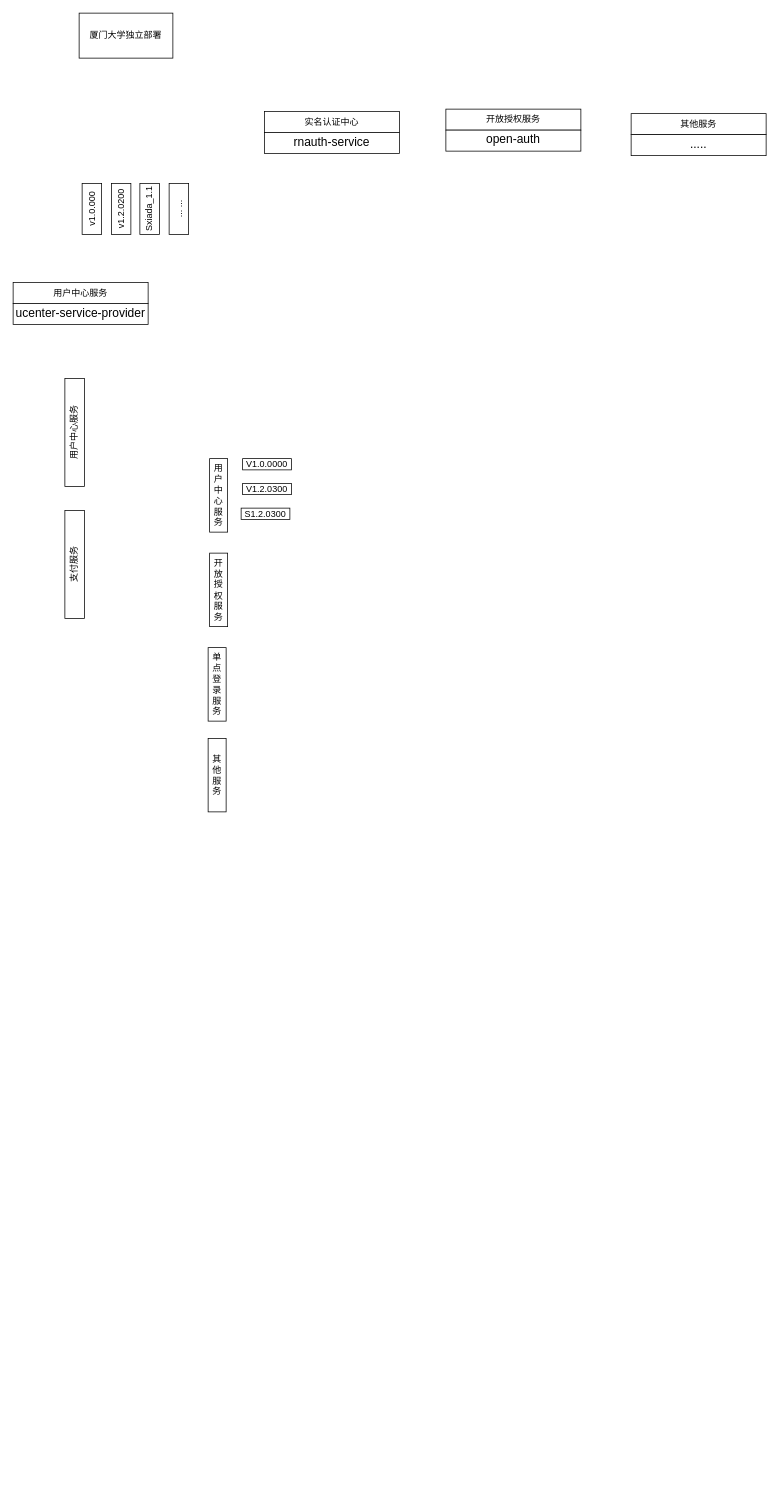
ifelsewang/draw keeps this draw.io diagram as page "第 2 页" (2 of 2) of v8+融合收入.drawio. Above is the earlier version. Source tidied: cells renumbered, new cells numbered last; positions are measured from the earlier drawing's top-left corner, leaving out a move shared by most shapes. Both pictures are drawn from the tidied source at 75%, with x=0, y=0 at pixel (13, 13).
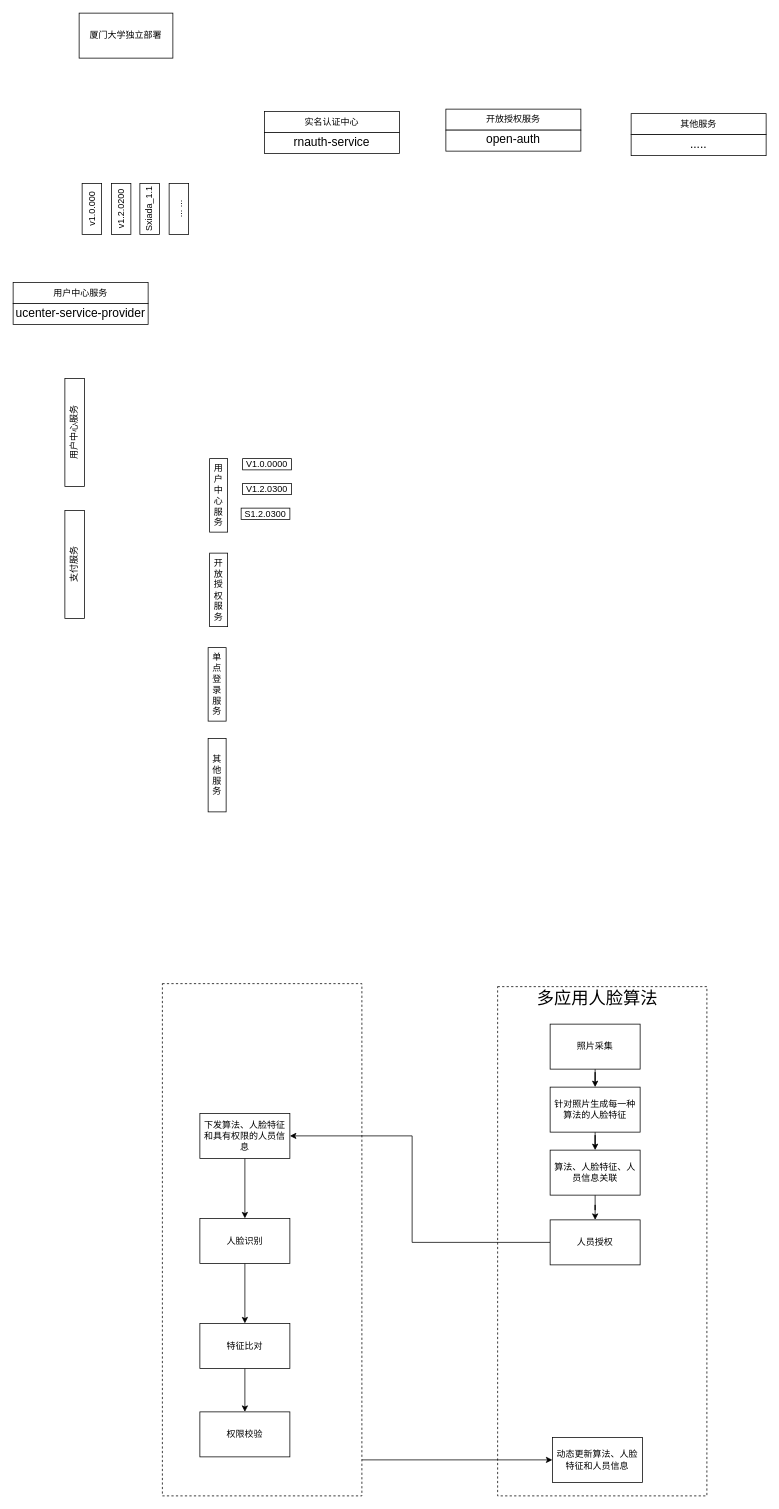
Above is the later version.

Commit message:
更新v8+融合收入.drawio

Diff of the diagram source:
```diff
@@
+    <mxCell id="28" style="rounded=0;whiteSpace=wrap;html=1;dashed=1;" parent="1" vertex="1">
+      <mxGeometry x="199" y="1294" width="266" height="683" as="geometry" />
+    </mxCell>
+    <mxCell id="29" style="rounded=0;whiteSpace=wrap;html=1;dashed=1;" parent="1" vertex="1">
+      <mxGeometry x="646" y="1298" width="279" height="679" as="geometry" />
+    </mxCell>
@@
+    <mxCell id="30" style="edgeStyle=orthogonalEdgeStyle;rounded=0;jettySize=auto;html=1;" parent="1" edge="1" source="31" target="33">
+      <mxGeometry relative="1" as="geometry" />
+    </mxCell>
+    <mxCell id="31" value="照片采集" style="rounded=0;whiteSpace=wrap;html=1;" parent="1" vertex="1">
+      <mxGeometry x="716" y="1348" width="120" height="60" as="geometry" />
+    </mxCell>
+    <mxCell id="32" style="edgeStyle=orthogonalEdgeStyle;rounded=0;jettySize=auto;html=1;" parent="1" edge="1" source="33" target="35">
+      <mxGeometry relative="1" as="geometry" />
+    </mxCell>
+    <mxCell id="33" value="针对照片生成每一种算法的人脸特征" style="whiteSpace=wrap;html=1;rounded=0;" parent="1" vertex="1">
+      <mxGeometry x="716" y="1432" width="120" height="60" as="geometry" />
+    </mxCell>
+    <mxCell id="34" style="edgeStyle=orthogonalEdgeStyle;rounded=0;jettySize=auto;html=1;" parent="1" edge="1" source="35" target="37">
+      <mxGeometry relative="1" as="geometry" />
+    </mxCell>
+    <mxCell id="35" value="算法、人脸特征、人员信息关联" style="whiteSpace=wrap;html=1;rounded=0;" parent="1" vertex="1">
+      <mxGeometry x="716" y="1516" width="120" height="60" as="geometry" />
+    </mxCell>
+    <mxCell id="36" style="edgeStyle=orthogonalEdgeStyle;rounded=0;jettySize=auto;html=1;" parent="1" edge="1" source="37" target="39">
+      <mxGeometry relative="1" as="geometry">
+        <Array as="points">
+          <mxPoint x="532" y="1639" />
+          <mxPoint x="532" y="1497" />
+        </Array>
+      </mxGeometry>
+    </mxCell>
+    <mxCell id="37" value="人员授权" style="whiteSpace=wrap;html=1;rounded=0;" parent="1" vertex="1">
+      <mxGeometry x="716" y="1609" width="120" height="60" as="geometry" />
+    </mxCell>
+    <mxCell id="38" style="edgeStyle=orthogonalEdgeStyle;rounded=0;jettySize=auto;html=1;" parent="1" edge="1" source="39" target="41">
+      <mxGeometry relative="1" as="geometry" />
+    </mxCell>
+    <mxCell id="39" value="下发算法、人脸特征和具有权限的人员信息" style="whiteSpace=wrap;html=1;rounded=0;" parent="1" vertex="1">
+      <mxGeometry x="249" y="1467" width="120" height="60" as="geometry" />
+    </mxCell>
+    <mxCell id="40" style="edgeStyle=orthogonalEdgeStyle;rounded=0;jettySize=auto;html=1;" parent="1" edge="1" source="41" target="43">
+      <mxGeometry relative="1" as="geometry" />
+    </mxCell>
+    <mxCell id="41" value="人脸识别" style="whiteSpace=wrap;html=1;rounded=0;" parent="1" vertex="1">
+      <mxGeometry x="249" y="1607" width="120" height="60" as="geometry" />
+    </mxCell>
+    <mxCell id="42" style="edgeStyle=orthogonalEdgeStyle;rounded=0;jettySize=auto;html=1;" parent="1" edge="1" source="43" target="45">
+      <mxGeometry relative="1" as="geometry" />
+    </mxCell>
+    <mxCell id="43" value="特征比对" style="whiteSpace=wrap;html=1;rounded=0;" parent="1" vertex="1">
+      <mxGeometry x="249" y="1747" width="120" height="60" as="geometry" />
+    </mxCell>
+    <mxCell id="44" style="edgeStyle=orthogonalEdgeStyle;rounded=0;jettySize=auto;html=1;entryX=0;entryY=0.5;entryDx=0;entryDy=0;" parent="1" edge="1" source="28" target="46">
+      <mxGeometry relative="1" as="geometry">
+        <Array as="points">
+          <mxPoint x="716" y="1929" />
+        </Array>
+      </mxGeometry>
+    </mxCell>
+    <mxCell id="45" value="权限校验" style="whiteSpace=wrap;html=1;rounded=0;" parent="1" vertex="1">
+      <mxGeometry x="249" y="1865" width="120" height="60" as="geometry" />
+    </mxCell>
+    <mxCell id="46" value="动态更新算法、人脸特征和人员信息" style="whiteSpace=wrap;html=1;rounded=0;" parent="1" vertex="1">
+      <mxGeometry x="719" y="1899" width="120" height="60" as="geometry" />
+    </mxCell>
+    <mxCell id="47" value="多应用人脸算法" style="text;html=1;strokeColor=none;fillColor=none;align=center;verticalAlign=middle;whiteSpace=wrap;rounded=0;dashed=1;fontSize=23;" parent="1" vertex="1">
+      <mxGeometry x="692" y="1298" width="174" height="30" as="geometry" />
+    </mxCell>
```
